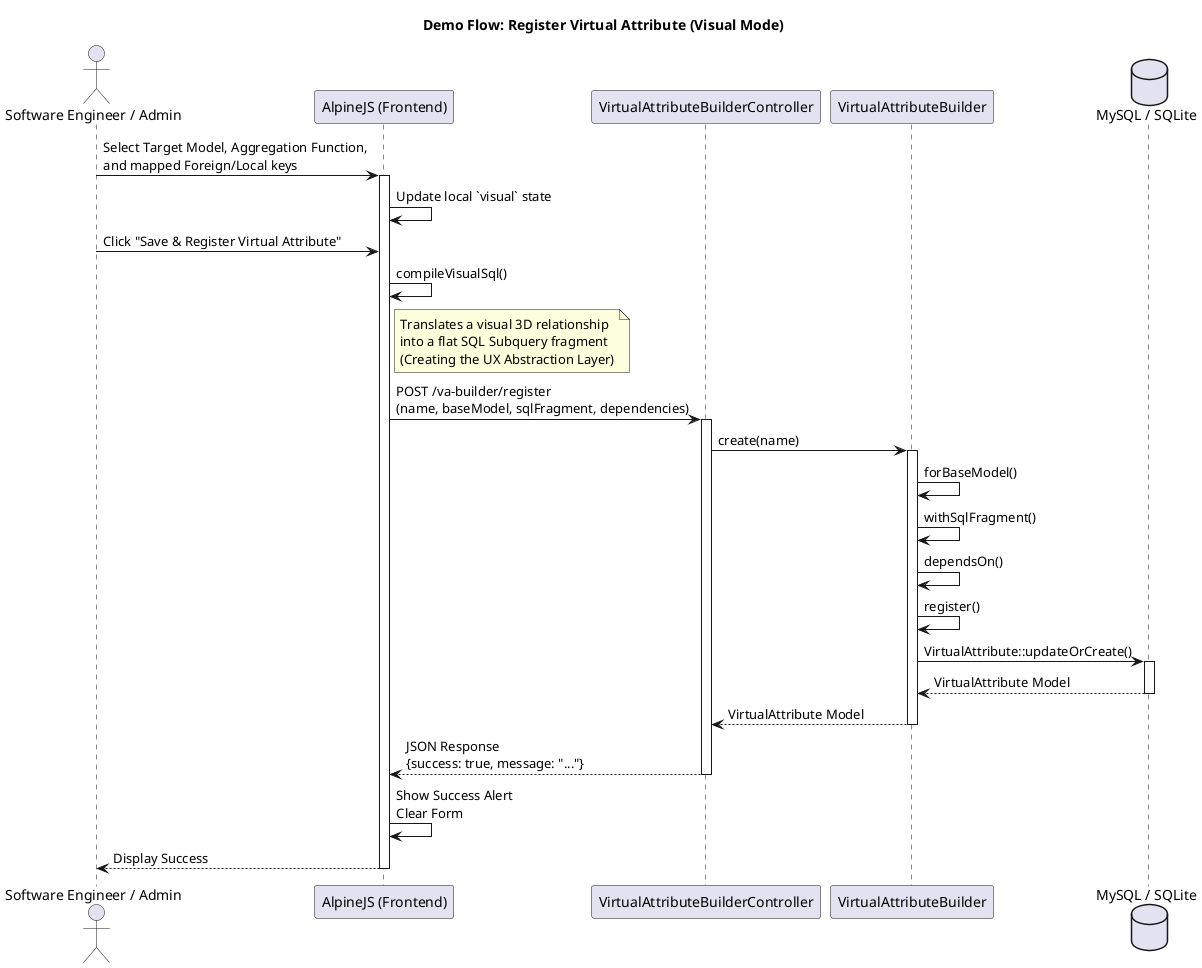
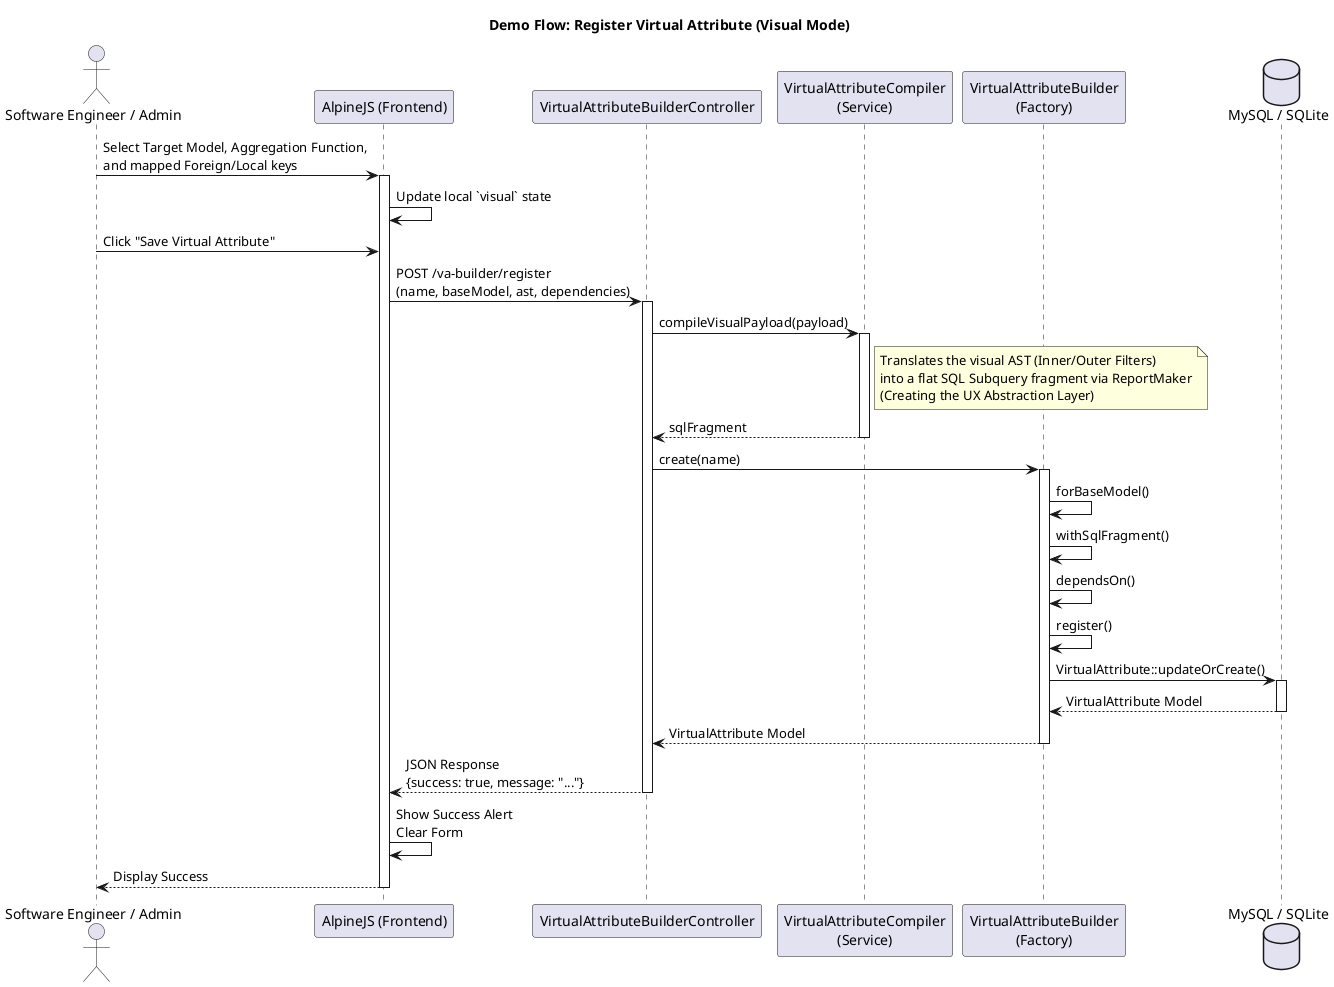
@startuml Demo Register Visual VA
title Demo Flow: Register Virtual Attribute (Visual Mode)

actor "Software Engineer / Admin" as User
participant "AlpineJS (Frontend)" as UI
participant "VirtualAttributeBuilderController" as Controller
- participant "VirtualAttributeBuilder" as Builder
+ participant "VirtualAttributeCompiler\n(Service)" as Compiler
+ participant "VirtualAttributeBuilder\n(Factory)" as Builder
database "MySQL / SQLite" as DB

User -> UI : Select Target Model, Aggregation Function,\nand mapped Foreign/Local keys
activate UI
UI -> UI : Update local `visual` state

- User -> UI : Click "Save & Register Virtual Attribute"
- UI -> UI : compileVisualSql()
- note right of UI
-   Translates a visual 3D relationship
-   into a flat SQL Subquery fragment
+ User -> UI : Click "Save Virtual Attribute"
+ UI -> Controller : POST /va-builder/register\n(name, baseModel, ast, dependencies)
+ activate Controller
+ 
+ Controller -> Compiler : compileVisualPayload(payload)
+ activate Compiler
+ note right of Compiler
+   Translates the visual AST (Inner/Outer Filters)
+   into a flat SQL Subquery fragment via ReportMaker
  (Creating the UX Abstraction Layer)
end note
- 
- UI -> Controller : POST /va-builder/register\n(name, baseModel, sqlFragment, dependencies)
- activate Controller
+ Compiler --> Controller : sqlFragment
+ deactivate Compiler

Controller -> Builder : create(name)
activate Builder
Builder -> Builder : forBaseModel()
Builder -> Builder : withSqlFragment()
Builder -> Builder : dependsOn()
Builder -> Builder : register()
Builder -> DB : VirtualAttribute::updateOrCreate()
activate DB
DB --> Builder : VirtualAttribute Model
deactivate DB
Builder --> Controller : VirtualAttribute Model
deactivate Builder

Controller --> UI : JSON Response\n{success: true, message: "..."}
deactivate Controller

UI -> UI : Show Success Alert\nClear Form
UI --> User : Display Success
deactivate UI

@enduml
